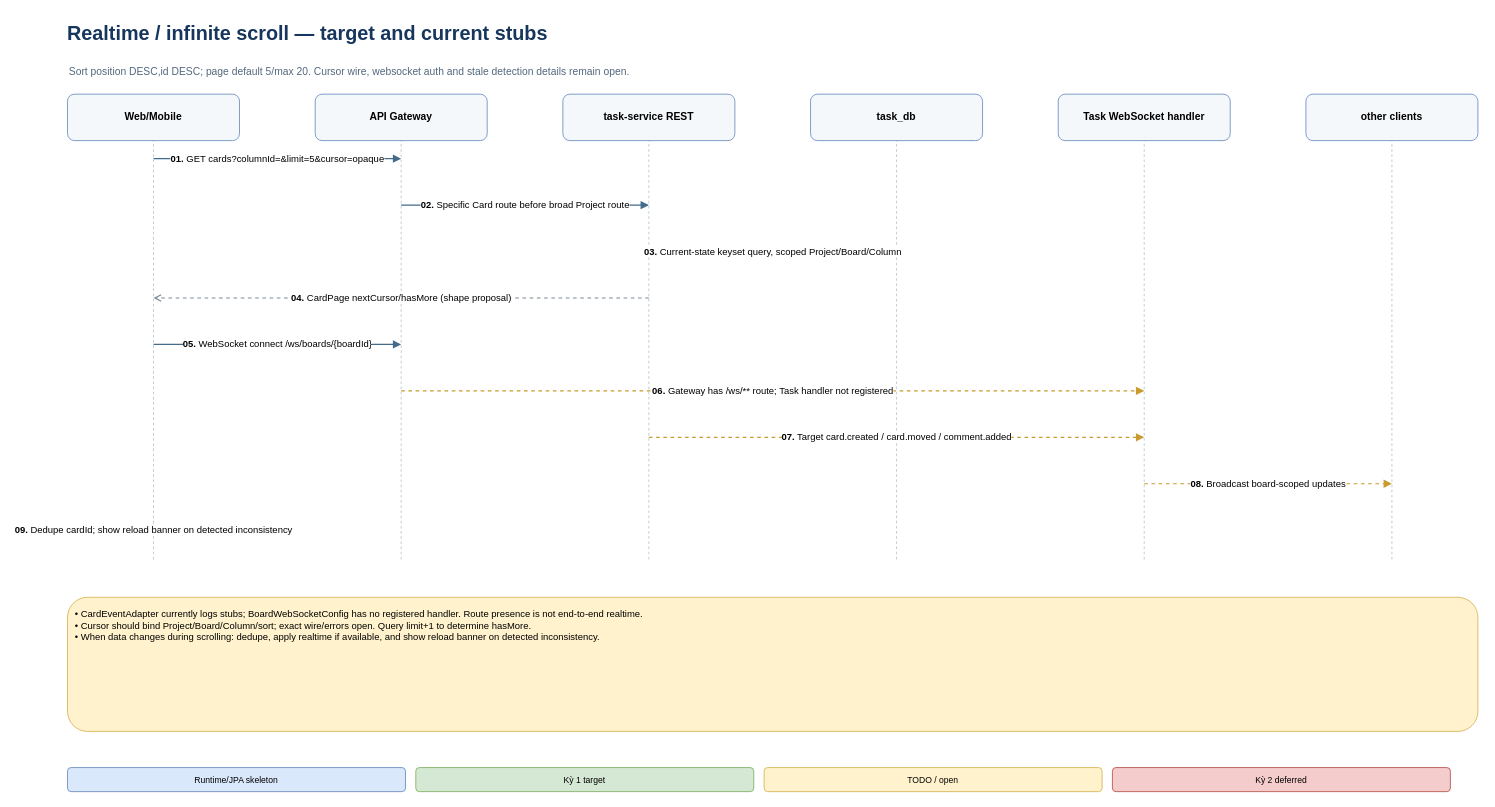
Before: page "14 - Realtime and cursor behavior" (15 of 17) of docs/project/dev-platform-system-design.drawio in gekok/Dev-Platform, a draw.io diagram. Source tidied: cells renumbered, new cells numbered last; positions are measured from the earlier drawing's top-left corner, leaving out a move shared by most shapes. Both pictures are drawn from the tidied source at 86%, with x=0, y=0 at pixel (65, 15).
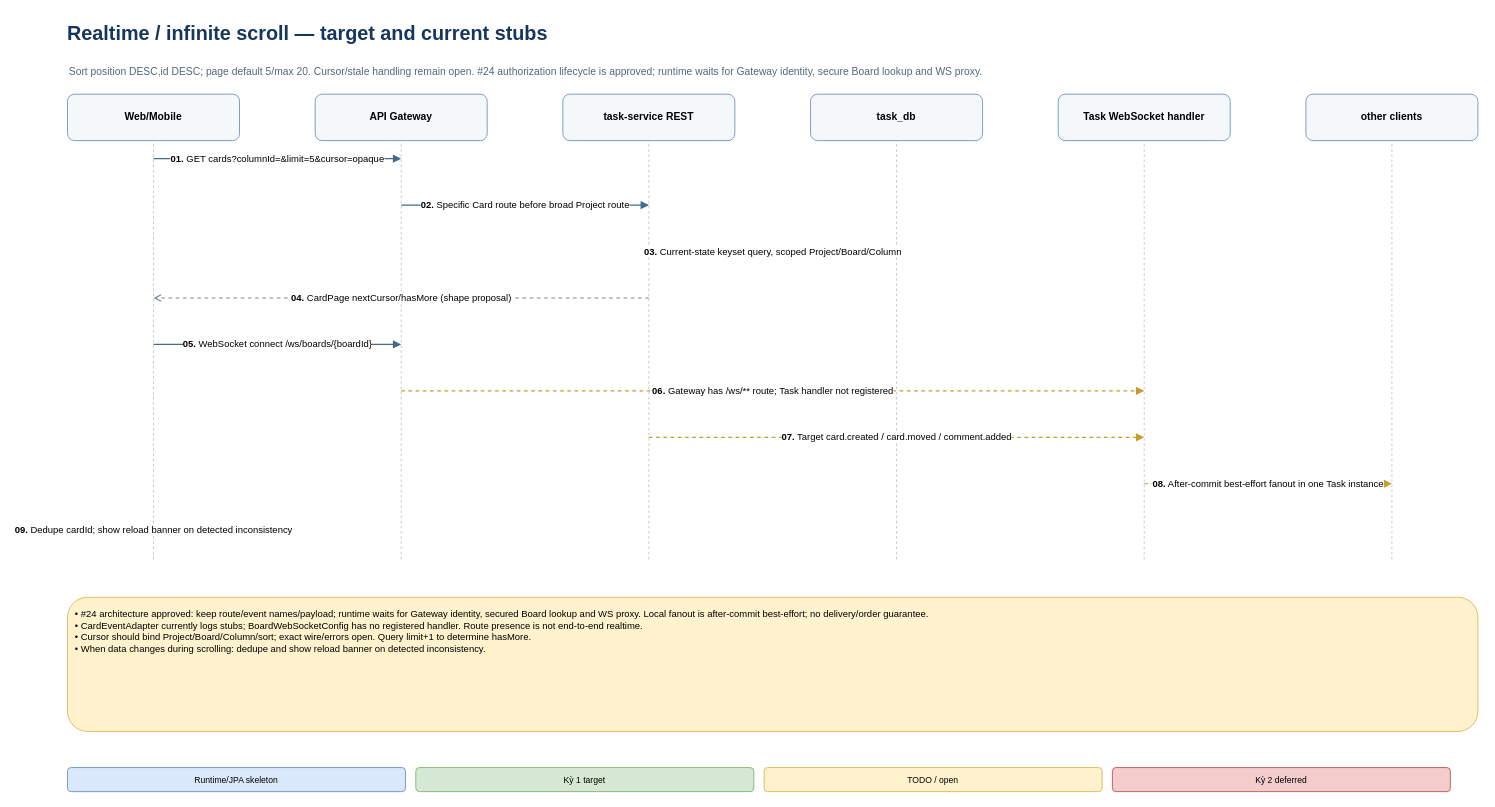
After the change.

The edit, as a diff of the source:
```diff
@@
-    <mxCell id="15" value="&lt;b&gt;08.&lt;/b&gt; Broadcast board-scoped updates" style="edgeStyle=none;html=1;rounded=0;strokeColor=#c89b2c;strokeWidth=1.4;dashed=1;endArrow=block;endFill=1;fontSize=11;labelBackgroundColor=#ffffff;align=center;verticalAlign=middle;" parent="1" edge="1">
+    <mxCell id="15" value="&lt;b&gt;08.&lt;/b&gt; After-commit best-effort fanout in one Task instance" style="edgeStyle=none;html=1;rounded=0;strokeColor=#c89b2c;strokeWidth=1.4;dashed=1;endArrow=block;endFill=1;fontSize=11;labelBackgroundColor=#ffffff;align=center;verticalAlign=middle;" parent="1" edge="1">
       <mxGeometry relative="1" as="geometry">
         <mxPoint x="1254" y="545" as="sourcePoint" />
         <mxPoint x="1542" y="545" as="targetPoint" />
       </mxGeometry>
     </mxCell>
@@
-    <mxCell id="18" value="Sort position DESC,id DESC; page default 5/max 20. Cursor wire, websocket auth and stale detection details remain open." style="text;html=1;strokeColor=none;fillColor=none;align=left;verticalAlign=middle;fontSize=12;fontColor=#52677d;whiteSpace=wrap;" parent="1" vertex="1">
+    <mxCell id="18" value="Sort position DESC,id DESC; page default 5/max 20. Cursor/stale handling remain open. #24 authorization lifecycle is approved; runtime waits for Gateway identity, secure Board lookup and WS proxy." style="text;html=1;strokeColor=none;fillColor=none;align=left;verticalAlign=middle;fontSize=12;fontColor=#52677d;whiteSpace=wrap;" parent="1" vertex="1">
       <mxGeometry x="2" y="44" width="1640" height="44" as="geometry" />
     </mxCell>
@@
-    <mxCell id="25" value="• CardEventAdapter currently logs stubs; BoardWebSocketConfig has no registered handler. Route presence is not end-to-end realtime.&lt;br/&gt;• Cursor should bind Project/Board/Column/sort; exact wire/errors open. Query limit+1 to determine hasMore.&lt;br/&gt;• When data changes during scrolling: dedupe, apply realtime if available, and show reload banner on detected inconsistency." style="rounded=1;whiteSpace=wrap;html=1;align=left;verticalAlign=top;spacing=9;fontSize=11;strokeColor=#d6b656;fillColor=#fff2cc;" parent="1" vertex="1">
+    <mxCell id="25" value="• #24 architecture approved: keep route/event names/payload; runtime waits for Gateway identity, secured Board lookup and WS proxy. Local fanout is after-commit best-effort; no delivery/order guarantee.&lt;br/&gt;• CardEventAdapter currently logs stubs; BoardWebSocketConfig has no registered handler. Route presence is not end-to-end realtime.&lt;br/&gt;• Cursor should bind Project/Board/Column/sort; exact wire/errors open. Query limit+1 to determine hasMore.&lt;br/&gt;• When data changes during scrolling: dedupe and show reload banner on detected inconsistency." style="rounded=1;whiteSpace=wrap;html=1;align=left;verticalAlign=top;spacing=9;fontSize=11;strokeColor=#d6b656;fillColor=#fff2cc;" parent="1" vertex="1">
       <mxGeometry x="2" y="677" width="1640" height="156" as="geometry" />
     </mxCell>
```
